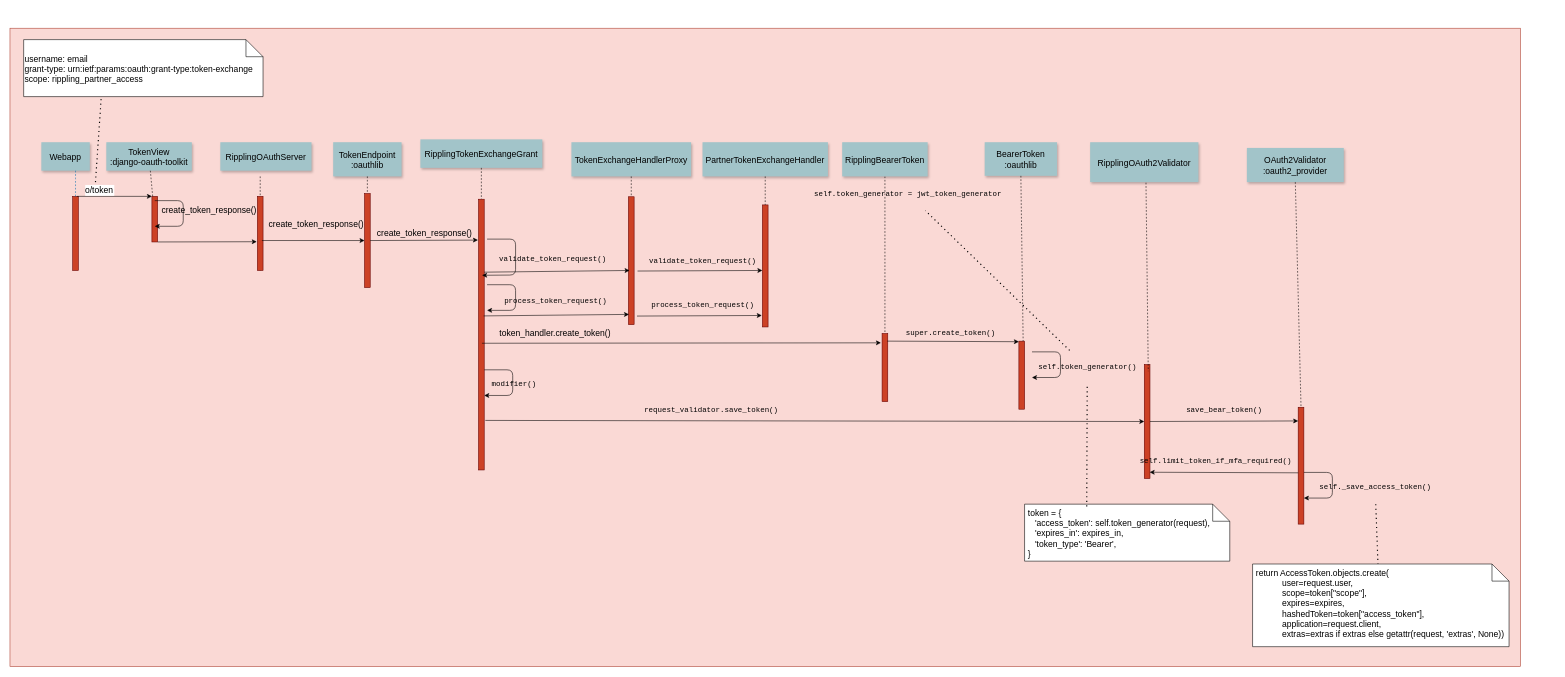
This is Untitled Diagram.drawio from cxsun123/Spika-Android, a draw.io file, before an edit. Source tidied: cells renumbered, new cells numbered last; positions are measured from the earlier drawing's top-left corner, leaving out a move shared by most shapes. Both pictures are drawn from the tidied source at 57%, with x=0, y=0 at pixel (10, 28).
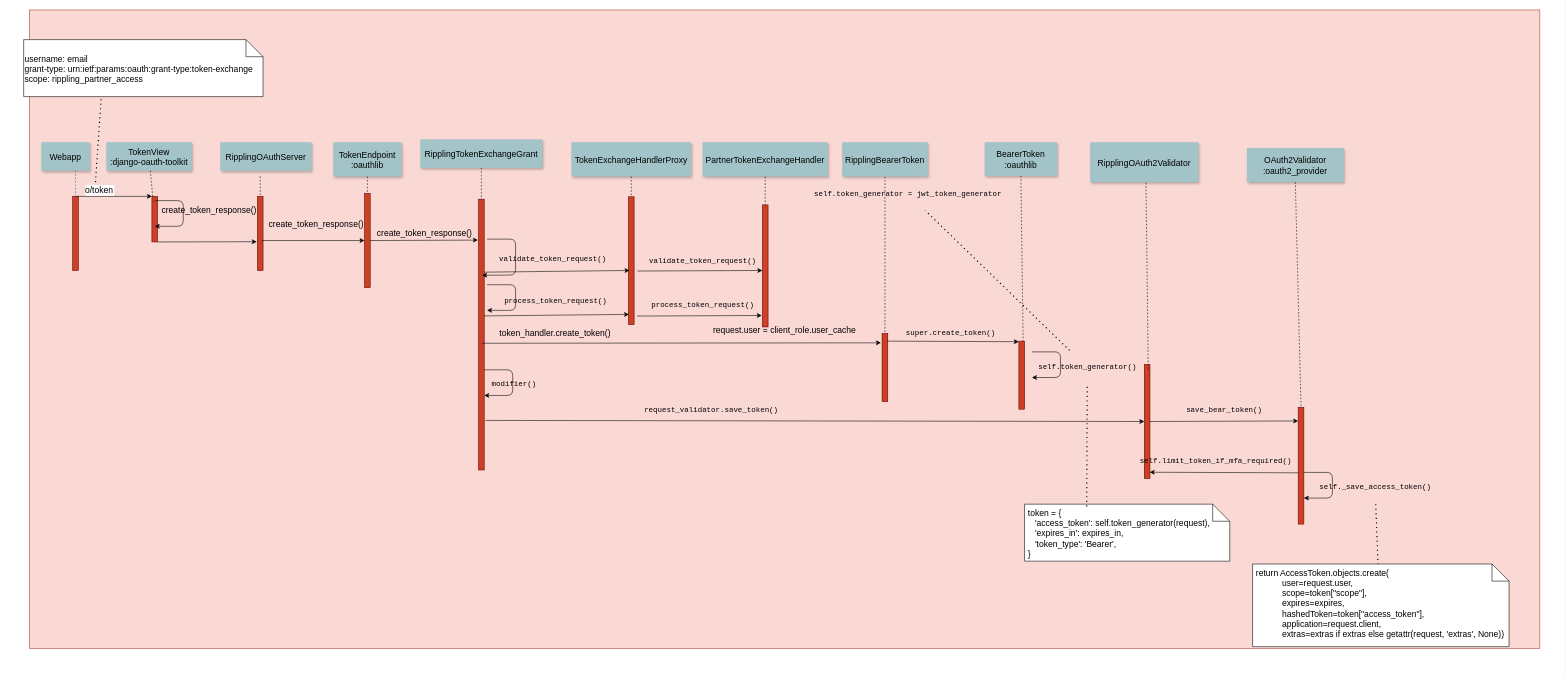
Above is the later version.

Diff of the diagram source:
```diff
@@
-    <mxCell id="2" style="fillColor=#fad9d5;strokeColor=#ae4132;fontSize=15;" parent="1" vertex="1">
-      <mxGeometry width="2650" height="1120" as="geometry" />
+    <mxCell id="2" value="request.user = client_role.user_cache" style="fillColor=#fad9d5;strokeColor=#ae4132;fontSize=15;" parent="1" vertex="1">
+      <mxGeometry x="34" y="-32" width="2650" height="1120" as="geometry" />
     </mxCell>
```
